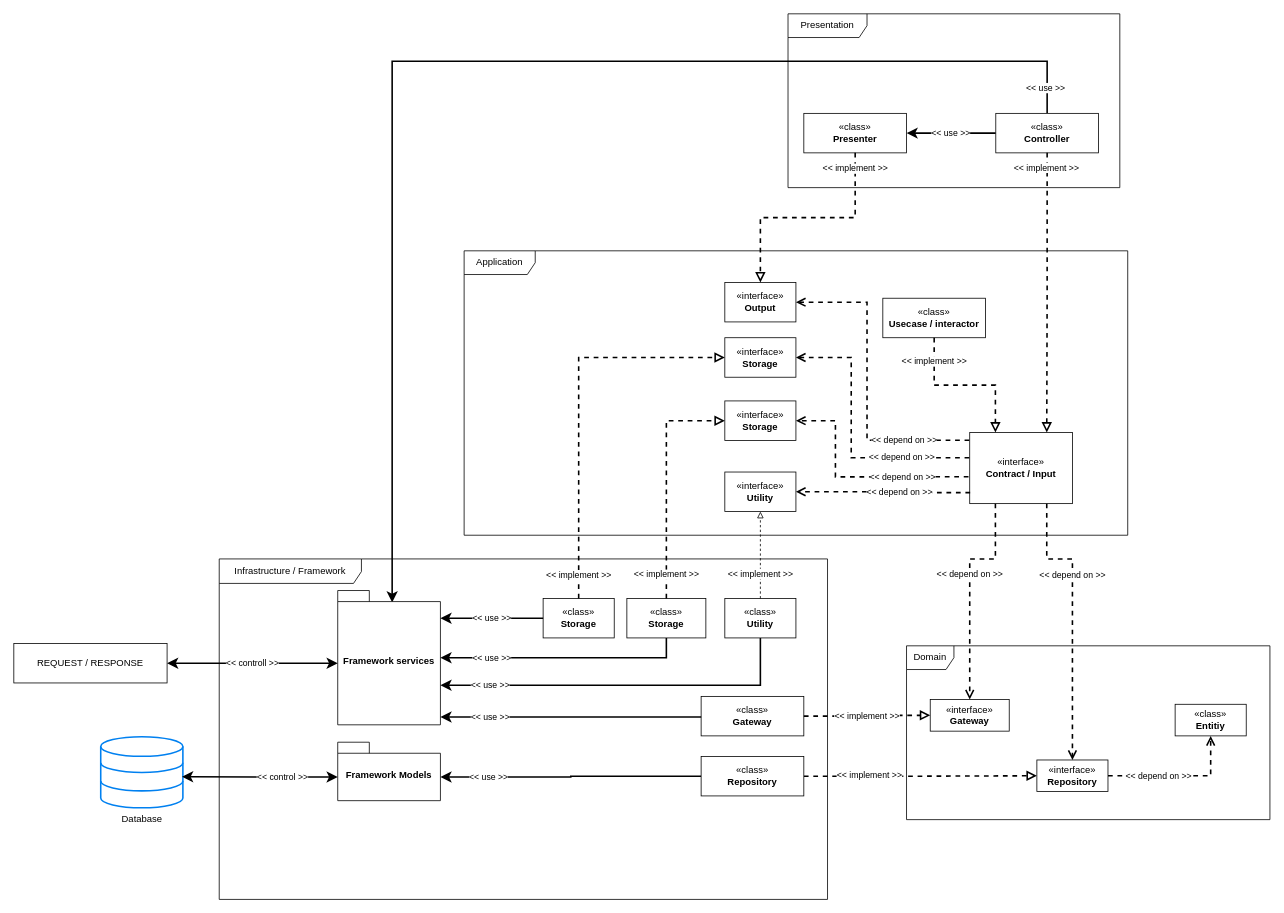
This is page "arhitecture" (2 of 2) of planning/diagram.drawio from khaledfathi/documents-vault, a draw.io file, before an edit. Source tidied: cells renumbered, new cells numbered last; positions are measured from the earlier drawing's top-left corner, leaving out a move shared by most shapes. Both pictures are drawn from the tidied source at 79%, with x=0, y=0 at pixel (13, 13).
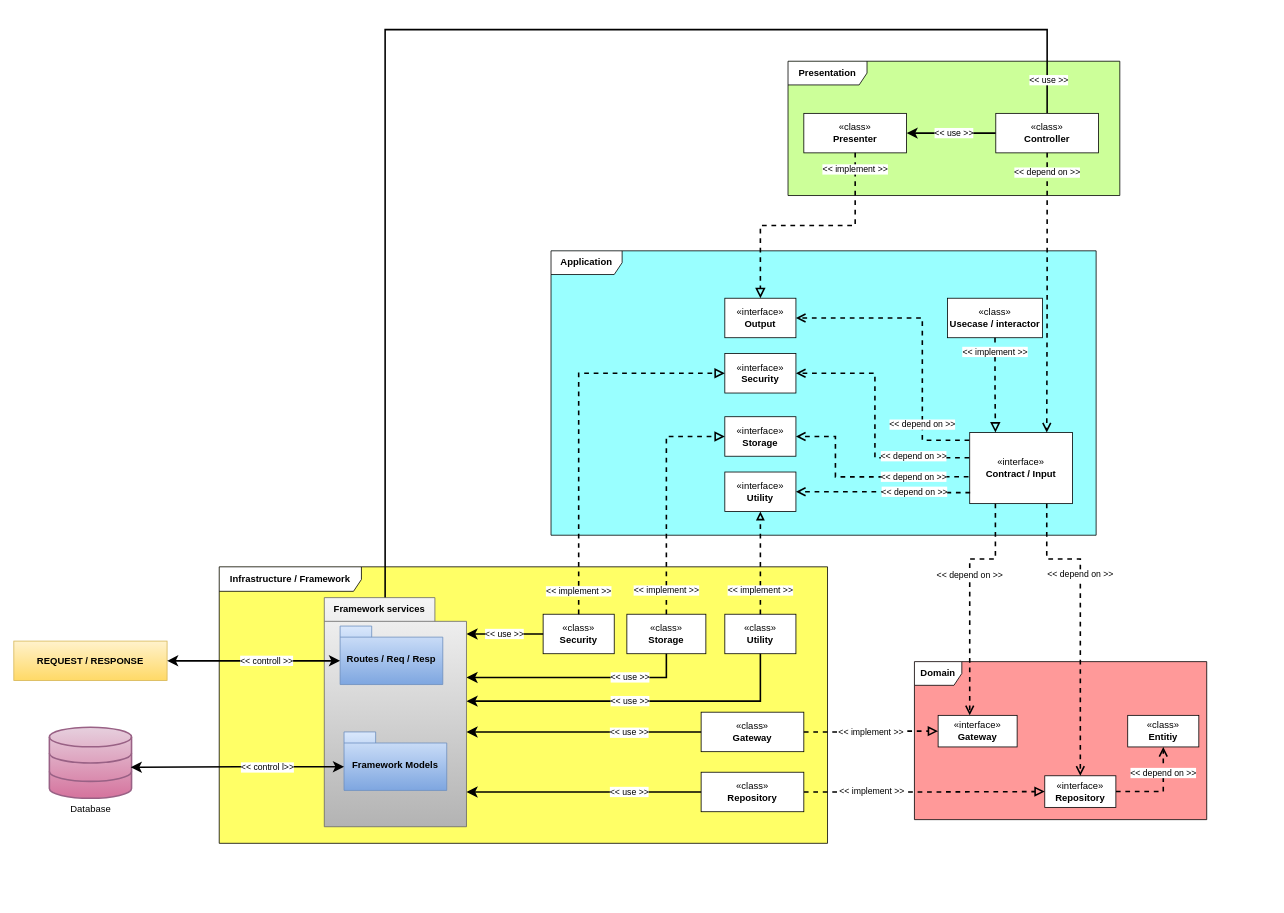
The same diagram, later.

The change refers to these unchanged cells:
```xml
<mxCell id="9" value="«interface»&lt;br&gt;&lt;b&gt;Contract / Input&lt;/b&gt;" style="html=1;whiteSpace=wrap;" parent="1" vertex="1">
  <mxGeometry x="1210" y="530" width="130" height="90" as="geometry" />
</mxCell>
<mxCell id="18" value="«class»&lt;br&gt;&lt;b&gt;Controller&lt;/b&gt;" style="html=1;whiteSpace=wrap;" parent="1" vertex="1">
  <mxGeometry x="1243" y="126" width="130" height="50" as="geometry" />
</mxCell>
<mxCell id="19" value="«class»&lt;br&gt;&lt;b&gt;Presenter&lt;/b&gt;" style="html=1;whiteSpace=wrap;" parent="1" vertex="1">
  <mxGeometry x="1000" y="126" width="130" height="50" as="geometry" />
</mxCell>
<mxCell id="21" value="«interface»&lt;br&gt;&lt;b&gt;Utility&lt;/b&gt;" style="html=1;whiteSpace=wrap;" parent="1" vertex="1">
  <mxGeometry x="900" y="580" width="90" height="50" as="geometry" />
</mxCell>
```

The edit, as a diff of the source:
```diff
@@
-    <mxCell id="2" value="Infrastructure /&amp;nbsp;&lt;span style=&quot;background-color: transparent; color: light-dark(rgb(0, 0, 0), rgb(255, 255, 255));&quot;&gt;Framework&lt;/span&gt;" style="shape=umlFrame;whiteSpace=wrap;html=1;width=180;height=31;" parent="1" vertex="1">
-      <mxGeometry x="260" y="690" width="770" height="431" as="geometry" />
+    <mxCell id="2" value="Infrastructure /&amp;nbsp;&lt;span style=&quot;background-color: transparent; color: light-dark(rgb(0, 0, 0), rgb(255, 255, 255));&quot;&gt;Framework&lt;/span&gt;" style="shape=umlFrame;whiteSpace=wrap;html=1;width=180;height=31;fillStyle=auto;swimlaneFillColor=#FFFF66;fontStyle=1;" parent="1" vertex="1">
+      <mxGeometry x="260" y="700" width="770" height="350" as="geometry" />
     </mxCell>
-    <mxCell id="3" value="Application" style="shape=umlFrame;whiteSpace=wrap;html=1;width=90;height=30;" parent="1" vertex="1">
-      <mxGeometry x="570" y="300" width="840" height="360" as="geometry" />
+    <mxCell id="3" value="Application" style="shape=umlFrame;whiteSpace=wrap;html=1;width=90;height=30;swimlaneFillColor=#99FFFF;fontStyle=1;" parent="1" vertex="1">
+      <mxGeometry x="680" y="300" width="690" height="360" as="geometry" />
     </mxCell>
-    <mxCell id="4" value="Presentation" style="shape=umlFrame;whiteSpace=wrap;html=1;width=100;height=30;" parent="1" vertex="1">
-      <mxGeometry x="980" width="420" height="220" as="geometry" />
+    <mxCell id="4" value="Presentation" style="shape=umlFrame;whiteSpace=wrap;html=1;width=100;height=30;swimlaneFillColor=#CCFF99;fontStyle=1;" parent="1" vertex="1">
+      <mxGeometry x="980" y="60" width="420" height="170" as="geometry" />
     </mxCell>
-    <mxCell id="5" value="Domain" style="shape=umlFrame;whiteSpace=wrap;html=1;" parent="1" vertex="1">
-      <mxGeometry x="1130" y="800" width="460" height="220" as="geometry" />
+    <mxCell id="5" value="Domain" style="shape=umlFrame;whiteSpace=wrap;html=1;swimlaneFillColor=#FF9999;fontStyle=1;" parent="1" vertex="1">
+      <mxGeometry x="1140" y="820" width="370" height="200" as="geometry" />
     </mxCell>
     <mxCell id="6" value="«class»&lt;br&gt;&lt;b&gt;Entitiy&lt;/b&gt;" style="html=1;whiteSpace=wrap;" parent="1" vertex="1">
-      <mxGeometry x="1470" y="874" width="90" height="40" as="geometry" />
+      <mxGeometry x="1410" y="888" width="90" height="40" as="geometry" />
     </mxCell>
     <mxCell id="7" value="&amp;lt;&amp;lt; depend on &amp;gt;&amp;gt;" style="edgeStyle=orthogonalEdgeStyle;rounded=0;jettySize=auto;html=1;endArrow=open;endFill=0;dashed=1;strokeWidth=2;endSize=8;startSize=8;" parent="1" edge="1" source="8" target="6">
-      <mxGeometry x="-0.29" relative="1" as="geometry" />
+      <mxGeometry x="0.45" relative="1" as="geometry" />
     </mxCell>
     <mxCell id="8" value="«interface»&lt;br&gt;&lt;b&gt;Repository&lt;/b&gt;" style="html=1;whiteSpace=wrap;" parent="1" vertex="1">
-      <mxGeometry x="1295" y="944.5" width="90" height="40" as="geometry" />
+      <mxGeometry x="1305" y="964.5" width="90" height="40" as="geometry" />
     </mxCell>
@@
     <mxCell id="10" value="«class»&lt;br&gt;&lt;b&gt;Usecase / interactor&lt;/b&gt;" style="html=1;whiteSpace=wrap;" parent="1" vertex="1">
-      <mxGeometry x="1100" y="360" width="130" height="50" as="geometry" />
+      <mxGeometry x="1182" y="360" width="120" height="50" as="geometry" />
     </mxCell>
@@
-    <mxCell id="12" value="&amp;lt;&amp;lt; use &amp;gt;&amp;gt;" style="edgeStyle=orthogonalEdgeStyle;rounded=0;jettySize=auto;html=1;entryX=0;entryY=0;entryDx=130;entryDy=44;entryPerimeter=0;strokeWidth=2;endSize=8;startSize=8;" parent="1" edge="1" source="13" target="25">
-      <mxGeometry x="0.63" relative="1" as="geometry" />
-    </mxCell>
     <mxCell id="13" value="«class»&lt;br&gt;&lt;b&gt;Repository&lt;/b&gt;" style="html=1;whiteSpace=wrap;" parent="1" vertex="1">
-      <mxGeometry x="870" y="940" width="130" height="50" as="geometry" />
+      <mxGeometry x="870" y="960" width="130" height="50" as="geometry" />
     </mxCell>
     <mxCell id="14" value="«class»&lt;br&gt;&lt;b&gt;Gateway&lt;/b&gt;" style="html=1;whiteSpace=wrap;" parent="1" vertex="1">
-      <mxGeometry x="870" y="864" width="130" height="50" as="geometry" />
+      <mxGeometry x="870" y="884" width="130" height="50" as="geometry" />
     </mxCell>
     <mxCell id="15" value="«class»&lt;br&gt;&lt;b&gt;Storage&lt;/b&gt;" style="html=1;whiteSpace=wrap;" parent="1" vertex="1">
-      <mxGeometry x="776" y="740" width="100" height="50" as="geometry" />
+      <mxGeometry x="776" y="760" width="100" height="50" as="geometry" />
     </mxCell>
     <mxCell id="16" value="&amp;lt;&amp;lt; use &amp;gt;&amp;gt;" style="edgeStyle=orthogonalEdgeStyle;rounded=0;jettySize=auto;html=1;entryX=1;entryY=0.5;entryDx=0;entryDy=0;strokeWidth=2;endSize=8;startSize=8;" parent="1" edge="1" source="18" target="19">
-      <mxGeometry relative="1" as="geometry" />
+      <mxGeometry x="-0.06" relative="1" as="geometry" />
     </mxCell>
-    <mxCell id="17" value="&amp;lt;&amp;lt; use &amp;gt;&amp;gt;" style="edgeStyle=orthogonalEdgeStyle;rounded=0;jettySize=auto;html=1;entryX=0.53;entryY=0.089;entryDx=0;entryDy=0;entryPerimeter=0;strokeWidth=2;endSize=8;startSize=8;" parent="1" edge="1" source="18" target="24">
-      <mxGeometry x="-0.96" y="2" relative="1" as="geometry">
+    <mxCell id="17" value="&amp;lt;&amp;lt; use &amp;gt;&amp;gt;" style="edgeStyle=orthogonalEdgeStyle;rounded=0;jettySize=auto;html=1;entryX=0;entryY=0;entryDx=110;entryDy=14;entryPerimeter=0;strokeWidth=2;endSize=8;startSize=8;exitX=0.5;exitY=0;exitDx=0;exitDy=0;" parent="1" edge="1" source="18">
+      <mxGeometry x="-0.95" y="-2" relative="1" as="geometry">
+        <mxPoint x="470" y="764" as="targetPoint" />
         <Array as="points">
-          <mxPoint x="1308" y="60" />
-          <mxPoint x="479" y="60" />
+          <mxPoint x="1308" y="20" />
+          <mxPoint x="470" y="20" />
         </Array>
       </mxGeometry>
     </mxCell>
@@
     <mxCell id="20" value="«interface»&lt;br&gt;&lt;b&gt;Gateway&lt;/b&gt;" style="html=1;whiteSpace=wrap;" parent="1" vertex="1">
-      <mxGeometry x="1160" y="868" width="100" height="40" as="geometry" />
+      <mxGeometry x="1170" y="888" width="100" height="40" as="geometry" />
     </mxCell>
@@
     <mxCell id="22" value="«interface»&lt;br&gt;&lt;b&gt;Storage&lt;/b&gt;" style="html=1;whiteSpace=wrap;" parent="1" vertex="1">
-      <mxGeometry x="900" y="490" width="90" height="50" as="geometry" />
+      <mxGeometry x="900" y="510" width="90" height="50" as="geometry" />
     </mxCell>
@@
-    <mxCell id="24" value="Framework services" style="shape=folder;fontStyle=1;spacingTop=10;tabWidth=40;tabHeight=14;tabPosition=left;html=1;whiteSpace=wrap;" parent="1" vertex="1">
-      <mxGeometry x="410" y="730" width="130" height="170" as="geometry" />
-    </mxCell>
-    <mxCell id="25" value="Framework Models" style="shape=folder;fontStyle=1;spacingTop=10;tabWidth=40;tabHeight=14;tabPosition=left;html=1;whiteSpace=wrap;" parent="1" vertex="1">
-      <mxGeometry x="410" y="922" width="130" height="74" as="geometry" />
-    </mxCell>
     <mxCell id="26" value="&amp;lt;&amp;lt; use &amp;gt;&amp;gt;" style="edgeStyle=orthogonalEdgeStyle;rounded=0;jettySize=auto;html=1;strokeWidth=2;endSize=8;startSize=8;" parent="1" edge="1" source="14" target="24">
-      <mxGeometry x="0.62" relative="1" as="geometry">
+      <mxGeometry x="-0.39" y="1" relative="1" as="geometry">
         <Array as="points">
-          <mxPoint x="630" y="890" />
-          <mxPoint x="630" y="890" />
+          <mxPoint x="650" y="909" />
+          <mxPoint x="650" y="909" />
         </Array>
       </mxGeometry>
     </mxCell>
-    <mxCell id="27" value="&amp;lt;&amp;lt; implement &amp;gt;&amp;gt;" style="edgeStyle=orthogonalEdgeStyle;rounded=0;jettySize=auto;html=1;endArrow=block;endFill=0;dashed=1;entryX=0.25;entryY=0;entryDx=0;entryDy=0;strokeWidth=2;endSize=8;startSize=8;" parent="1" edge="1" source="10" target="9">
+    <mxCell id="27" value="&amp;lt;&amp;lt; implement &amp;gt;&amp;gt;" style="edgeStyle=orthogonalEdgeStyle;rounded=0;jettySize=auto;html=1;endArrow=block;endFill=0;dashed=1;entryX=0.25;entryY=0;entryDx=0;entryDy=0;strokeWidth=2;endSize=8;startSize=8;strokeColor=default;" parent="1" edge="1" source="10" target="9">
       <mxGeometry x="-0.7" relative="1" as="geometry" />
     </mxCell>
     <mxCell id="28" value="&amp;lt;&amp;lt; depend on &amp;gt;&amp;gt;" style="edgeStyle=orthogonalEdgeStyle;rounded=0;jettySize=auto;html=1;endArrow=open;endFill=0;dashed=1;entryX=0.5;entryY=0;entryDx=0;entryDy=0;exitX=0.75;exitY=1;exitDx=0;exitDy=0;strokeWidth=2;endSize=8;startSize=8;" parent="1" edge="1" source="9" target="8">
-      <mxGeometry x="-0.31" relative="1" as="geometry">
+      <mxGeometry x="-0.32" relative="1" as="geometry">
         <Array as="points">
-          <mxPoint x="1308" y="690" />
-          <mxPoint x="1340" y="690" />
+          <mxPoint x="1307" y="690" />
+          <mxPoint x="1350" y="690" />
         </Array>
       </mxGeometry>
     </mxCell>
     <mxCell id="29" value="&amp;lt;&amp;lt; depend on &amp;gt;&amp;gt;" style="edgeStyle=orthogonalEdgeStyle;rounded=0;jettySize=auto;html=1;endArrow=open;endFill=0;dashed=1;exitX=0.25;exitY=1;exitDx=0;exitDy=0;strokeWidth=2;endSize=8;startSize=8;" parent="1" edge="1" source="9" target="20">
-      <mxGeometry x="-0.13" relative="1" as="geometry">
+      <mxGeometry x="-0.18" relative="1" as="geometry">
         <Array as="points">
           <mxPoint x="1243" y="690" />
           <mxPoint x="1210" y="690" />
         </Array>
       </mxGeometry>
     </mxCell>
     <mxCell id="30" value="&amp;lt;&amp;lt; depend on &amp;gt;&amp;gt;" style="edgeStyle=orthogonalEdgeStyle;rounded=0;jettySize=auto;html=1;endArrow=open;endFill=0;dashed=1;entryX=1;entryY=0.5;entryDx=0;entryDy=0;exitX=0.004;exitY=0.845;exitDx=0;exitDy=0;exitPerimeter=0;strokeWidth=2;endSize=8;startSize=8;" parent="1" edge="1" source="9" target="21">
-      <mxGeometry x="-0.19" relative="1" as="geometry" />
+      <mxGeometry x="-0.36" y="-1" relative="1" as="geometry" />
     </mxCell>
     <mxCell id="31" value="&amp;lt;&amp;lt; depend on &amp;gt;&amp;gt;" style="edgeStyle=orthogonalEdgeStyle;rounded=0;jettySize=auto;html=1;endArrow=open;endFill=0;dashed=1;entryX=1;entryY=0.5;entryDx=0;entryDy=0;exitX=-0.012;exitY=0.623;exitDx=0;exitDy=0;exitPerimeter=0;strokeWidth=2;endSize=8;startSize=8;" parent="1" edge="1" source="9" target="22">
-      <mxGeometry x="-0.43" relative="1" as="geometry">
+      <mxGeometry x="-0.49" relative="1" as="geometry">
         <Array as="points">
           <mxPoint x="1040" y="586" />
-          <mxPoint x="1040" y="515" />
+          <mxPoint x="1040" y="535" />
         </Array>
       </mxGeometry>
     </mxCell>
@@
-    <mxCell id="33" value="«interface»&lt;br&gt;&lt;b&gt;Storage&lt;/b&gt;" style="html=1;whiteSpace=wrap;" parent="1" vertex="1">
-      <mxGeometry x="900" y="410" width="90" height="50" as="geometry" />
+    <mxCell id="33" value="«interface»&lt;br&gt;&lt;b&gt;Security&lt;/b&gt;" style="html=1;whiteSpace=wrap;" parent="1" vertex="1">
+      <mxGeometry x="900" y="430" width="90" height="50" as="geometry" />
     </mxCell>
     <mxCell id="34" value="«interface»&lt;br&gt;&lt;b&gt;Output&lt;/b&gt;" style="html=1;whiteSpace=wrap;" parent="1" vertex="1">
-      <mxGeometry x="900" y="340" width="90" height="50" as="geometry" />
+      <mxGeometry x="900" y="360" width="90" height="50" as="geometry" />
     </mxCell>
     <mxCell id="35" value="&amp;lt;&amp;lt; depend on &amp;gt;&amp;gt;" style="edgeStyle=orthogonalEdgeStyle;rounded=0;jettySize=auto;html=1;endArrow=open;endFill=0;dashed=1;entryX=1;entryY=0.5;entryDx=0;entryDy=0;exitX=-0.004;exitY=0.354;exitDx=0;exitDy=0;exitPerimeter=0;strokeWidth=2;endSize=8;startSize=8;" parent="1" edge="1" source="9" target="33">
-      <mxGeometry x="-0.51" y="-1" relative="1" as="geometry">
+      <mxGeometry x="-0.57" y="-2" relative="1" as="geometry">
         <Array as="points">
-          <mxPoint x="1060" y="562" />
-          <mxPoint x="1060" y="435" />
+          <mxPoint x="1090" y="562" />
+          <mxPoint x="1090" y="455" />
         </Array>
       </mxGeometry>
     </mxCell>
     <mxCell id="36" value="&amp;lt;&amp;lt; depend on &amp;gt;&amp;gt;" style="edgeStyle=orthogonalEdgeStyle;rounded=0;jettySize=auto;html=1;endArrow=open;endFill=0;dashed=1;entryX=1;entryY=0.5;entryDx=0;entryDy=0;exitX=-0.004;exitY=0.108;exitDx=0;exitDy=0;exitPerimeter=0;strokeWidth=2;endSize=8;startSize=8;" parent="1" edge="1" source="9" target="34">
       <mxGeometry x="-0.58" relative="1" as="geometry">
         <Array as="points">
-          <mxPoint x="1080" y="540" />
-          <mxPoint x="1080" y="365" />
+          <mxPoint x="1150" y="540" />
+          <mxPoint x="1150" y="385" />
         </Array>
-        <mxPoint x="1" as="offset" />
       </mxGeometry>
     </mxCell>
-    <mxCell id="37" value="«class»&lt;br&gt;&lt;b&gt;Storage&lt;/b&gt;" style="html=1;whiteSpace=wrap;" parent="1" vertex="1">
-      <mxGeometry x="670" y="740" width="90" height="50" as="geometry" />
+    <mxCell id="37" value="«class»&lt;br&gt;&lt;b&gt;Security&lt;/b&gt;" style="html=1;whiteSpace=wrap;" parent="1" vertex="1">
+      <mxGeometry x="670" y="760" width="90" height="50" as="geometry" />
     </mxCell>
     <mxCell id="38" value="«class»&lt;br&gt;&lt;b&gt;Utility&lt;/b&gt;" style="html=1;whiteSpace=wrap;" parent="1" vertex="1">
-      <mxGeometry x="900" y="740" width="90" height="50" as="geometry" />
+      <mxGeometry x="900" y="760" width="90" height="50" as="geometry" />
     </mxCell>
-    <mxCell id="39" value="Database" style="html=1;verticalLabelPosition=bottom;align=center;labelBackgroundColor=#ffffff;verticalAlign=top;strokeWidth=2;strokeColor=#0080F0;shadow=0;dashed=0;shape=mxgraph.ios7.icons.data;" parent="1" vertex="1">
-      <mxGeometry x="110" y="915" width="104" height="90" as="geometry" />
+    <mxCell id="39" value="Database" style="html=1;verticalLabelPosition=bottom;align=center;labelBackgroundColor=#ffffff;verticalAlign=top;strokeWidth=2;strokeColor=#996185;shadow=0;dashed=0;shape=mxgraph.ios7.icons.data;fillColor=#e6d0de;gradientColor=#d5739d;" parent="1" vertex="1">
+      <mxGeometry x="45" y="903" width="104" height="90" as="geometry" />
     </mxCell>
-    <mxCell id="40" value="&amp;lt;&amp;lt; control &amp;gt;&amp;gt;" style="edgeStyle=orthogonalEdgeStyle;rounded=0;jettySize=auto;html=1;entryX=0.99;entryY=0.563;entryDx=0;entryDy=0;entryPerimeter=0;startArrow=classic;startFill=1;exitX=0;exitY=0;exitDx=0;exitDy=44;exitPerimeter=0;strokeWidth=2;endSize=8;startSize=8;" parent="1" edge="1" source="25" target="39">
-      <mxGeometry x="-0.29" relative="1" as="geometry" />
-    </mxCell>
@@
-    <mxCell id="42" value="&amp;lt;&amp;lt; implement &amp;gt;&amp;gt;" style="edgeStyle=orthogonalEdgeStyle;rounded=0;jettySize=auto;html=1;endArrow=block;endFill=0;dashed=1;exitX=0.5;exitY=0;exitDx=0;exitDy=0;" parent="1" edge="1" source="38">
-      <mxGeometry x="-0.44" relative="1" as="geometry">
+    <mxCell id="42" value="&amp;lt;&amp;lt; implement &amp;gt;&amp;gt;" style="edgeStyle=orthogonalEdgeStyle;rounded=0;jettySize=auto;html=1;endArrow=block;endFill=0;dashed=1;exitX=0.5;exitY=0;exitDx=0;exitDy=0;strokeWidth=2;" parent="1" edge="1" source="38">
+      <mxGeometry x="-0.54" relative="1" as="geometry">
         <mxPoint x="945" y="630" as="targetPoint" />
       </mxGeometry>
     </mxCell>
     <mxCell id="43" value="&amp;lt;&amp;lt; use &amp;gt;&amp;gt;" style="edgeStyle=orthogonalEdgeStyle;rounded=0;jettySize=auto;html=1;exitX=0.5;exitY=1;exitDx=0;exitDy=0;strokeWidth=2;endSize=8;startSize=8;" parent="1" edge="1" source="38" target="24">
-      <mxGeometry x="0.73" relative="1" as="geometry">
+      <mxGeometry x="0.04" relative="1" as="geometry">
         <Array as="points">
-          <mxPoint x="945" y="850" />
+          <mxPoint x="945" y="870" />
         </Array>
       </mxGeometry>
     </mxCell>
-    <mxCell id="44" value="&amp;lt;&amp;lt; use &amp;gt;&amp;gt;" style="edgeStyle=orthogonalEdgeStyle;rounded=0;jettySize=auto;html=1;exitX=0.5;exitY=1;exitDx=0;exitDy=0;strokeWidth=2;endSize=8;startSize=8;" parent="1" edge="1" source="15" target="24">
-      <mxGeometry x="0.58" y="1" relative="1" as="geometry" />
+    <mxCell id="44" value="&amp;lt;&amp;lt; use &amp;gt;&amp;gt;" style="edgeStyle=orthogonalEdgeStyle;rounded=0;jettySize=auto;html=1;strokeWidth=2;endSize=8;startSize=8;exitX=0.5;exitY=1;exitDx=0;exitDy=0;" parent="1" edge="1" source="15" target="24">
+      <mxGeometry x="-0.46" relative="1" as="geometry">
+        <Array as="points">
+          <mxPoint x="826" y="840" />
+        </Array>
+      </mxGeometry>
     </mxCell>
     <mxCell id="45" value="&amp;lt;&amp;lt; use &amp;gt;&amp;gt;" style="edgeStyle=orthogonalEdgeStyle;rounded=0;jettySize=auto;html=1;strokeWidth=2;endSize=8;startSize=8;" parent="1" edge="1" source="37" target="24">
       <mxGeometry relative="1" as="geometry">
         <Array as="points">
-          <mxPoint x="560" y="765" />
-          <mxPoint x="560" y="765" />
+          <mxPoint x="580" y="785" />
+          <mxPoint x="580" y="785" />
         </Array>
       </mxGeometry>
     </mxCell>
@@
-    <mxCell id="47" value="REQUEST / RESPONSE" style="html=1;whiteSpace=wrap;" parent="1" vertex="1">
-      <mxGeometry y="797" width="194" height="50" as="geometry" />
+    <mxCell id="47" value="REQUEST / RESPONSE" style="html=1;whiteSpace=wrap;fontStyle=1;fillColor=#fff2cc;gradientColor=#ffd966;strokeColor=#d6b656;" parent="1" vertex="1">
+      <mxGeometry y="794" width="194" height="50" as="geometry" />
     </mxCell>
-    <mxCell id="48" value="&amp;lt;&amp;lt; implement &amp;gt;&amp;gt;" style="edgeStyle=orthogonalEdgeStyle;rounded=0;jettySize=auto;html=1;endArrow=block;endFill=0;dashed=1;entryX=0.75;entryY=0;entryDx=0;entryDy=0;exitX=0.5;exitY=1;exitDx=0;exitDy=0;strokeWidth=2;endSize=8;startSize=8;" parent="1" edge="1" source="18" target="9">
-      <mxGeometry x="-0.89" y="-1" relative="1" as="geometry" />
+    <mxCell id="48" value="&amp;lt;&amp;lt; depend on &amp;gt;&amp;gt;" style="edgeStyle=orthogonalEdgeStyle;rounded=0;jettySize=auto;html=1;endArrow=open;endFill=0;dashed=1;entryX=0.75;entryY=0;entryDx=0;entryDy=0;exitX=0.5;exitY=1;exitDx=0;exitDy=0;strokeWidth=2;endSize=8;startSize=8;" parent="1" edge="1" source="18" target="9">
+      <mxGeometry x="-0.86" relative="1" as="geometry" />
     </mxCell>
+    <mxCell id="12" value="&amp;lt;&amp;lt; use &amp;gt;&amp;gt;" style="edgeStyle=orthogonalEdgeStyle;rounded=0;jettySize=auto;html=1;strokeWidth=2;endSize=8;startSize=8;" parent="1" edge="1" source="13" target="24">
+      <mxGeometry x="-0.39" relative="1" as="geometry">
+        <Array as="points">
+          <mxPoint x="660" y="985" />
+          <mxPoint x="660" y="985" />
+        </Array>
+      </mxGeometry>
+    </mxCell>
+    <mxCell id="24" value="Framework services" style="shape=folder;fontStyle=1;tabWidth=140;tabHeight=30;tabPosition=left;html=1;boundedLbl=1;labelInHeader=1;whiteSpace=wrap;fillColor=#f5f5f5;gradientColor=#b3b3b3;strokeColor=#666666;" parent="1" vertex="1">
+      <mxGeometry x="393" y="739" width="180" height="290" as="geometry" />
+    </mxCell>
+    <mxCell id="50" style="html=1;strokeColor=none;fillColor=none;whiteSpace=wrap;" parent="24" vertex="1">
+      <mxGeometry width="180" height="203" relative="1" as="geometry">
+        <mxPoint y="30" as="offset" />
+      </mxGeometry>
+    </mxCell>
+    <mxCell id="51" value="Routes / Req / Resp" style="shape=folder;fontStyle=1;spacingTop=10;tabWidth=40;tabHeight=14;tabPosition=left;html=1;whiteSpace=wrap;fillColor=#dae8fc;gradientColor=#7ea6e0;strokeColor=#6c8ebf;" parent="24" vertex="1">
+      <mxGeometry x="20" y="36" width="130" height="74" as="geometry" />
+    </mxCell>
+    <mxCell id="25" value="Framework Models" style="shape=folder;fontStyle=1;spacingTop=10;tabWidth=40;tabHeight=14;tabPosition=left;html=1;whiteSpace=wrap;fillColor=#dae8fc;gradientColor=#7ea6e0;strokeColor=#6c8ebf;" parent="24" vertex="1">
+      <mxGeometry x="25" y="170" width="130" height="74" as="geometry" />
+    </mxCell>
+    <mxCell id="40" value="&amp;lt;&amp;lt; control l&amp;gt;&amp;gt;" style="edgeStyle=orthogonalEdgeStyle;rounded=0;jettySize=auto;html=1;entryX=0.99;entryY=0.563;entryDx=0;entryDy=0;entryPerimeter=0;startArrow=classic;startFill=1;exitX=0;exitY=0;exitDx=0;exitDy=44;exitPerimeter=0;strokeWidth=2;endSize=8;startSize=8;" parent="1" edge="1" source="25" target="39">
+      <mxGeometry x="-0.28" y="1" relative="1" as="geometry" />
+    </mxCell>
-    <mxCell id="49" value="&amp;lt;&amp;lt; controll &amp;gt;&amp;gt;" style="edgeStyle=orthogonalEdgeStyle;rounded=0;jettySize=auto;html=1;entryX=0;entryY=0;entryDx=0;entryDy=92;entryPerimeter=0;startArrow=classic;startFill=1;strokeWidth=2;endSize=8;startSize=8;" parent="1" edge="1" source="47" target="24">
-      <mxGeometry relative="1" as="geometry" />
+    <mxCell id="49" value="&amp;lt;&amp;lt; controll &amp;gt;&amp;gt;" style="edgeStyle=orthogonalEdgeStyle;rounded=0;jettySize=auto;html=1;startArrow=classic;startFill=1;strokeWidth=2;endSize=8;startSize=8;entryX=0;entryY=0;entryDx=0;entryDy=44;entryPerimeter=0;" parent="1" edge="1" source="47" target="51">
+      <mxGeometry x="0.15" relative="1" as="geometry" />
     </mxCell>
```
